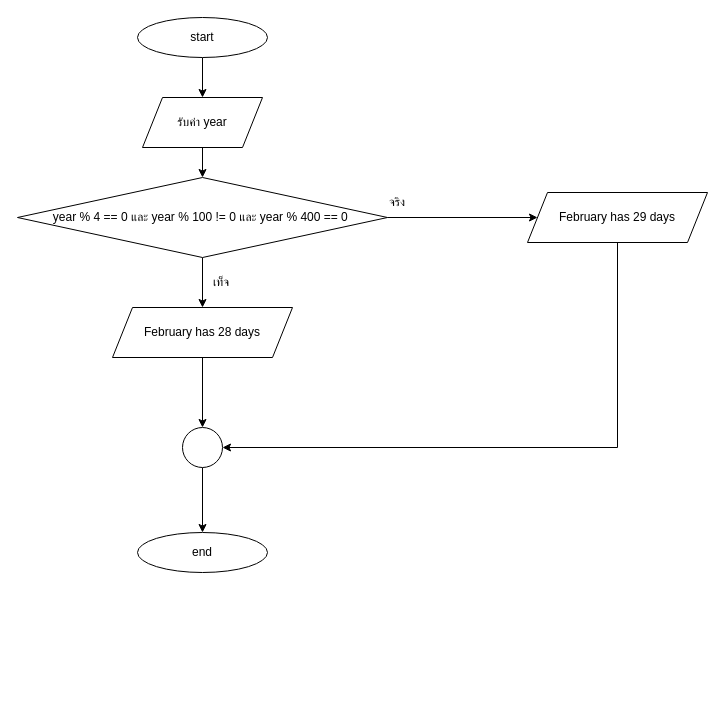
Earlier version of the draw.io diagram HW/HW05/HW05-7/HW05-7.drawio (bbnyk/ENGCE117). Source tidied: cells renumbered, new cells numbered last; positions are measured from the earlier drawing's top-left corner, leaving out a move shared by most shapes. Both pictures are drawn from the tidied source at 100%, with x=0, y=0 at pixel (17, 17).
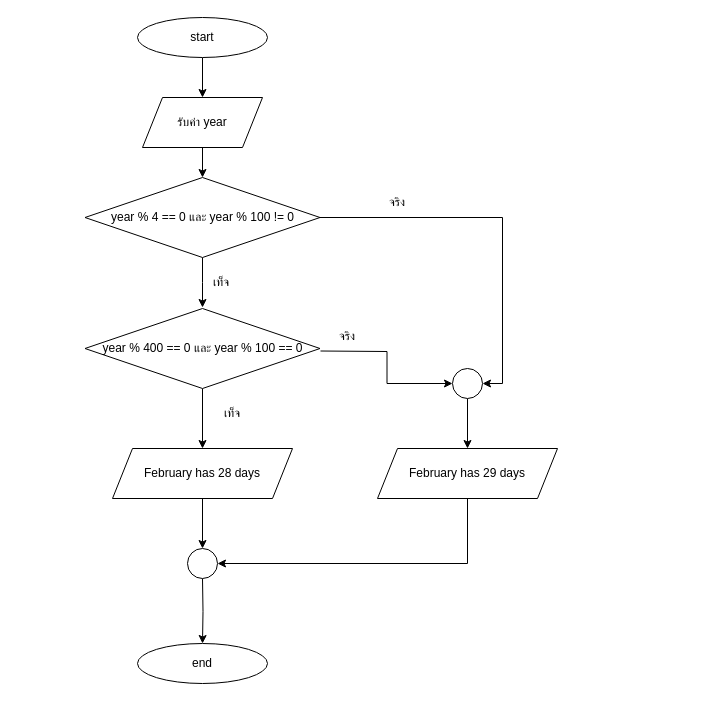
The same page after the edit.

Change to the diagram source:
```diff
@@
-    <mxCell id="6" style="edgeStyle=orthogonalEdgeStyle;rounded=0;jettySize=auto;html=1;exitX=0.5;exitY=1;exitDx=0;exitDy=0;entryX=0.5;entryY=0;entryDx=0;entryDy=0;" parent="1" edge="1" source="8" target="12">
-      <mxGeometry relative="1" as="geometry" />
+    <mxCell id="6" style="edgeStyle=orthogonalEdgeStyle;rounded=0;jettySize=auto;html=1;exitX=0.5;exitY=1;exitDx=0;exitDy=0;entryX=0.5;entryY=0;entryDx=0;entryDy=0;" parent="1" edge="1" source="8">
+      <mxGeometry relative="1" as="geometry">
+        <mxPoint x="185" y="290" as="targetPoint" />
+      </mxGeometry>
     </mxCell>
-    <mxCell id="7" style="edgeStyle=orthogonalEdgeStyle;rounded=0;jettySize=auto;html=1;exitX=1;exitY=0.5;exitDx=0;exitDy=0;entryX=0;entryY=0.5;entryDx=0;entryDy=0;" parent="1" edge="1" source="8" target="10">
+    <mxCell id="7" style="edgeStyle=orthogonalEdgeStyle;rounded=0;jettySize=auto;html=1;exitX=1;exitY=0.5;exitDx=0;exitDy=0;entryX=1;entryY=0.5;entryDx=0;entryDy=0;" parent="1" edge="1" source="8" target="27">
       <mxGeometry relative="1" as="geometry" />
     </mxCell>
-    <mxCell id="8" value="year % 4 == 0 และ year % 100 != 0 และ year % 400 == 0&amp;nbsp;" style="rhombus;whiteSpace=wrap;html=1;" parent="1" vertex="1">
-      <mxGeometry y="160" width="370" height="80" as="geometry" />
+    <mxCell id="8" value="year % 4 == 0 และ year % 100 != 0" style="rhombus;whiteSpace=wrap;html=1;" parent="1" vertex="1">
+      <mxGeometry x="67.5" y="160" width="235" height="80" as="geometry" />
     </mxCell>
-    <mxCell id="9" style="edgeStyle=orthogonalEdgeStyle;rounded=0;jettySize=auto;html=1;exitX=0.5;exitY=1;exitDx=0;exitDy=0;entryX=1;entryY=0.5;entryDx=0;entryDy=0;" parent="1" edge="1" source="10" target="15">
-      <mxGeometry relative="1" as="geometry" />
-    </mxCell>
-    <mxCell id="10" value="February has 29 days" style="shape=parallelogram;perimeter=parallelogramPerimeter;whiteSpace=wrap;html=1;fixedSize=1;" parent="1" vertex="1">
-      <mxGeometry x="510" y="175" width="180" height="50" as="geometry" />
-    </mxCell>
-    <mxCell id="11" style="edgeStyle=orthogonalEdgeStyle;rounded=0;jettySize=auto;html=1;" parent="1" edge="1" source="12" target="15">
-      <mxGeometry relative="1" as="geometry" />
-    </mxCell>
-    <mxCell id="12" value="February has 28 days" style="shape=parallelogram;perimeter=parallelogramPerimeter;whiteSpace=wrap;html=1;fixedSize=1;" parent="1" vertex="1">
-      <mxGeometry x="95" y="290" width="180" height="50" as="geometry" />
-    </mxCell>
@@
-    <mxCell id="14" style="edgeStyle=orthogonalEdgeStyle;rounded=0;jettySize=auto;html=1;" parent="1" edge="1" source="15" target="16">
-      <mxGeometry relative="1" as="geometry" />
+    <mxCell id="14" style="edgeStyle=orthogonalEdgeStyle;rounded=0;jettySize=auto;html=1;" parent="1" edge="1" target="16">
+      <mxGeometry relative="1" as="geometry">
+        <mxPoint x="185" y="561" as="sourcePoint" />
+      </mxGeometry>
     </mxCell>
-    <mxCell id="15" style="ellipse;whiteSpace=wrap;html=1;" parent="1" vertex="1">
-      <mxGeometry x="165" y="410" width="40" height="40" as="geometry" />
-    </mxCell>
     <mxCell id="16" value="end" style="ellipse;whiteSpace=wrap;html=1;" parent="1" vertex="1">
-      <mxGeometry x="120" y="515" width="130" height="40" as="geometry" />
+      <mxGeometry x="120" y="626" width="130" height="40" as="geometry" />
     </mxCell>
@@
+    <mxCell id="18" style="edgeStyle=orthogonalEdgeStyle;rounded=0;jettySize=auto;html=1;" parent="1" edge="1" source="19" target="12">
+      <mxGeometry relative="1" as="geometry" />
+    </mxCell>
+    <mxCell id="19" value="year % 400 == 0 และ year % 100 == 0" style="rhombus;whiteSpace=wrap;html=1;" parent="1" vertex="1">
+      <mxGeometry x="67.5" y="291" width="235" height="80" as="geometry" />
+    </mxCell>
+    <mxCell id="20" style="edgeStyle=orthogonalEdgeStyle;rounded=0;jettySize=auto;html=1;exitX=1;exitY=0.5;exitDx=0;exitDy=0;entryX=0;entryY=0.5;entryDx=0;entryDy=0;" parent="1" edge="1" target="27">
+      <mxGeometry relative="1" as="geometry">
+        <mxPoint x="303" y="333.5" as="sourcePoint" />
+      </mxGeometry>
+    </mxCell>
+    <mxCell id="21" style="edgeStyle=orthogonalEdgeStyle;rounded=0;jettySize=auto;html=1;exitX=0.5;exitY=1;exitDx=0;exitDy=0;entryX=1;entryY=0.5;entryDx=0;entryDy=0;" parent="1" edge="1" source="10" target="25">
+      <mxGeometry relative="1" as="geometry" />
+    </mxCell>
+    <mxCell id="10" value="February has 29 days" style="shape=parallelogram;perimeter=parallelogramPerimeter;whiteSpace=wrap;html=1;fixedSize=1;" parent="1" vertex="1">
+      <mxGeometry x="360" y="431" width="180" height="50" as="geometry" />
+    </mxCell>
+    <mxCell id="22" value="จริง" style="text;html=1;align=center;verticalAlign=middle;whiteSpace=wrap;rounded=0;" parent="1" vertex="1">
+      <mxGeometry x="300" y="303.5" width="60" height="30" as="geometry" />
+    </mxCell>
+    <mxCell id="23" style="edgeStyle=orthogonalEdgeStyle;rounded=0;jettySize=auto;html=1;" parent="1" edge="1" source="12" target="25">
+      <mxGeometry relative="1" as="geometry" />
+    </mxCell>
+    <mxCell id="12" value="February has 28 days" style="shape=parallelogram;perimeter=parallelogramPerimeter;whiteSpace=wrap;html=1;fixedSize=1;" parent="1" vertex="1">
+      <mxGeometry x="95" y="431" width="180" height="50" as="geometry" />
+    </mxCell>
+    <mxCell id="24" value="เท็จ" style="text;html=1;align=center;verticalAlign=middle;whiteSpace=wrap;rounded=0;" parent="1" vertex="1">
+      <mxGeometry x="185" y="381" width="60" height="30" as="geometry" />
+    </mxCell>
+    <mxCell id="25" style="ellipse;whiteSpace=wrap;html=1;" parent="1" vertex="1">
+      <mxGeometry x="170" y="531" width="30" height="30" as="geometry" />
+    </mxCell>
+    <mxCell id="26" style="edgeStyle=orthogonalEdgeStyle;rounded=0;jettySize=auto;html=1;" parent="1" edge="1" source="27" target="10">
+      <mxGeometry relative="1" as="geometry" />
+    </mxCell>
+    <mxCell id="27" style="ellipse;whiteSpace=wrap;html=1;" parent="1" vertex="1">
+      <mxGeometry x="435" y="351" width="30" height="30" as="geometry" />
+    </mxCell>
```
